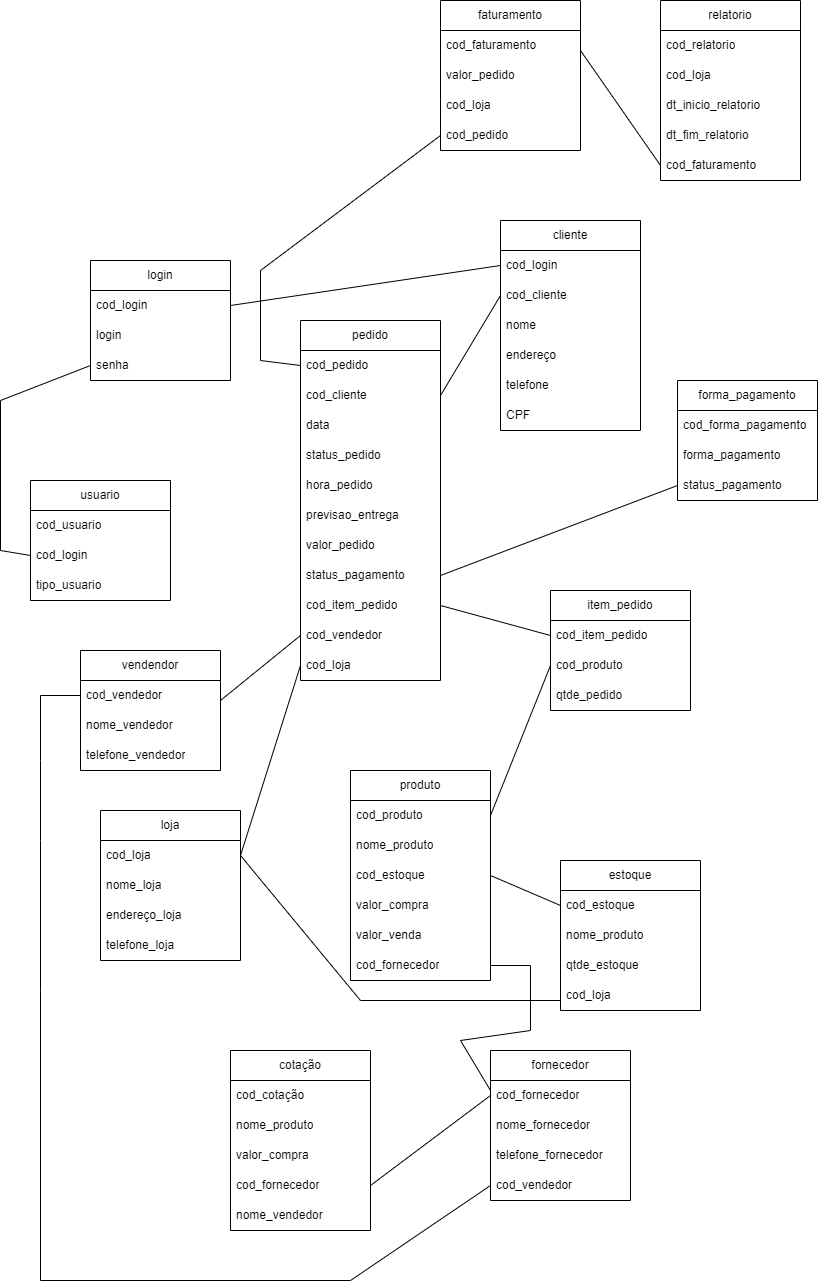
The draw.io diagram ze_delivery.png in upthiago/banco_de_dados, before a commit. Source tidied: cells renumbered, new cells last; positions are measured from the earlier drawing's top-left corner, leaving out a move shared by most shapes.
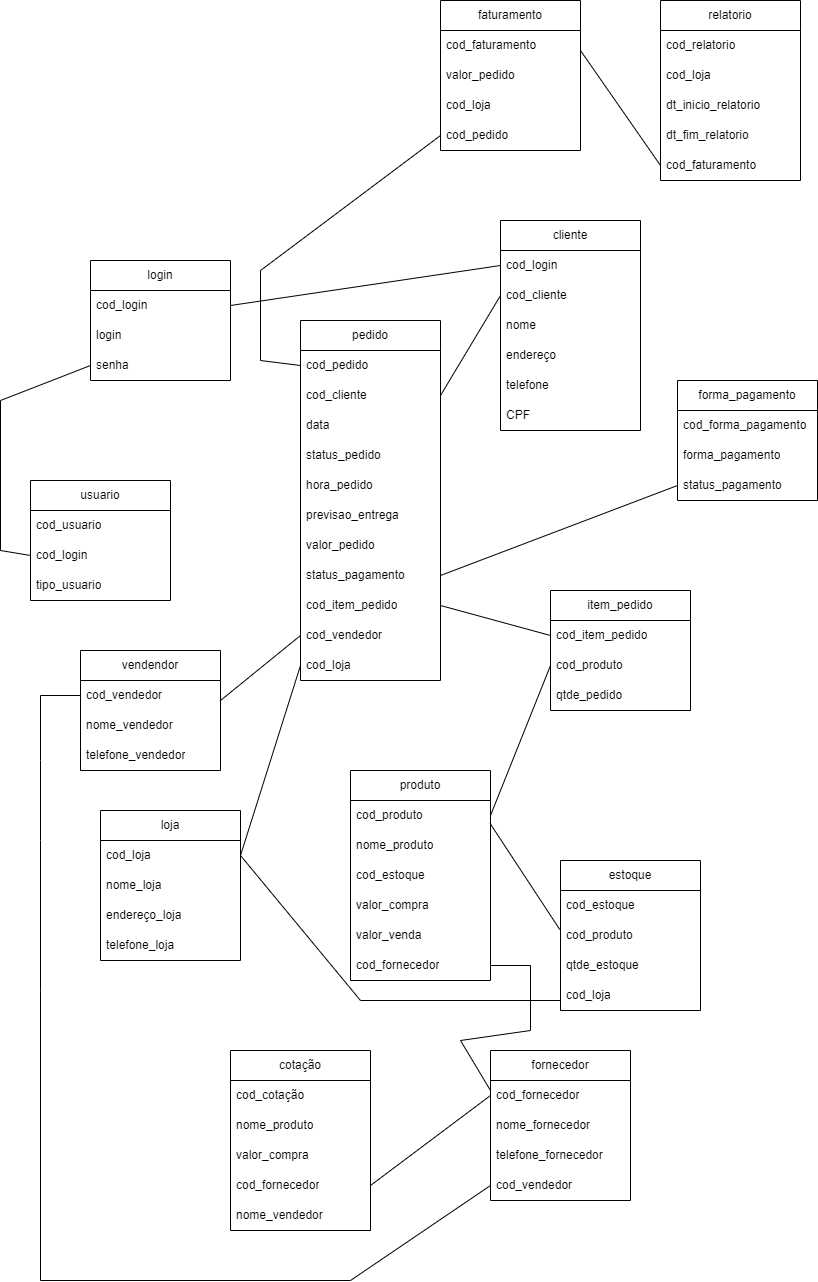
After the commit.

What changed in the source:
```diff
@@ -125,7 +125,7 @@
     <mxCell id="42" value="cod_estoque" style="text;strokeColor=none;fillColor=none;align=left;verticalAlign=middle;spacingLeft=4;spacingRight=4;overflow=hidden;points=[[0,0.5],[1,0.5]];portConstraint=eastwest;whiteSpace=wrap;html=1;" parent="41" vertex="1">
       <mxGeometry y="30" width="140" height="30" as="geometry" />
     </mxCell>
-    <mxCell id="43" value="nome_produto" style="text;strokeColor=none;fillColor=none;align=left;verticalAlign=middle;spacingLeft=4;spacingRight=4;overflow=hidden;points=[[0,0.5],[1,0.5]];portConstraint=eastwest;whiteSpace=wrap;html=1;" parent="41" vertex="1">
+    <mxCell id="43" value="cod_produto" style="text;strokeColor=none;fillColor=none;align=left;verticalAlign=middle;spacingLeft=4;spacingRight=4;overflow=hidden;points=[[0,0.5],[1,0.5]];portConstraint=eastwest;whiteSpace=wrap;html=1;" parent="41" vertex="1">
       <mxGeometry y="60" width="140" height="30" as="geometry" />
     </mxCell>
     <mxCell id="44" value="qtde_estoque" style="text;strokeColor=none;fillColor=none;align=left;verticalAlign=middle;spacingLeft=4;spacingRight=4;overflow=hidden;whiteSpace=wrap;html=1;" parent="41" vertex="1">
@@ -249,7 +249,7 @@
         <mxPoint x="220" y="700" as="sourcePoint" />
       </mxGeometry>
     </mxCell>
-    <mxCell id="81" style="endArrow=none;html=1;rounded=0;entryX=0;entryY=0.5;entryDx=0;entryDy=0;exitX=1;exitY=0.5;exitDx=0;exitDy=0;" parent="1" edge="1" source="32" target="42">
+    <mxCell id="81" style="endArrow=none;html=1;rounded=0;entryX=-0.005;entryY=0.303;entryDx=0;entryDy=0;exitX=0.997;exitY=0.764;exitDx=0;exitDy=0;exitPerimeter=0;entryPerimeter=0;" parent="1" edge="1" source="30" target="43">
       <mxGeometry relative="1" as="geometry" />
     </mxCell>
     <mxCell id="82" style="endArrow=none;html=1;rounded=0;entryX=0;entryY=0.5;entryDx=0;entryDy=0;exitX=1;exitY=0.5;exitDx=0;exitDy=0;" parent="1" edge="1" source="59" target="20">
```
